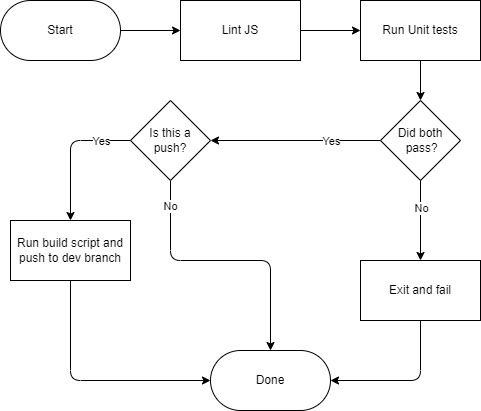
Before: admin/cipipeline/phase1.drawio.png, a diagram exported from draw.io (cse110-sp23-group26/BugCatchers). Source tidied: cells renumbered, new cells last; positions are measured from the earlier drawing's top-left corner, leaving out a move shared by most shapes. Its diagram source:
```xml
<mxGraphModel>
  <root>
    <mxCell id="0" />
    <mxCell id="1" parent="0" />
    <mxCell id="2" style="edgeStyle=none;html=1;" parent="1" edge="1" source="3" target="5">
      <mxGeometry relative="1" as="geometry" />
    </mxCell>
    <mxCell id="3" value="Start" style="rounded=1;whiteSpace=wrap;html=1;arcSize=50;" parent="1" vertex="1">
      <mxGeometry width="120" height="60" as="geometry" />
    </mxCell>
    <mxCell id="4" style="edgeStyle=none;html=1;" parent="1" edge="1" source="5" target="7">
      <mxGeometry relative="1" as="geometry" />
    </mxCell>
    <mxCell id="5" value="Lint JS" style="whiteSpace=wrap;html=1;" parent="1" vertex="1">
      <mxGeometry x="180" width="120" height="60" as="geometry" />
    </mxCell>
    <mxCell id="6" style="edgeStyle=none;html=1;" parent="1" edge="1" source="7" target="12">
      <mxGeometry relative="1" as="geometry" />
    </mxCell>
    <mxCell id="7" value="Run Unit tests" style="whiteSpace=wrap;html=1;" parent="1" vertex="1">
      <mxGeometry x="360" width="120" height="60" as="geometry" />
    </mxCell>
    <mxCell id="8" style="edgeStyle=none;html=1;entryX=0.5;entryY=0;entryDx=0;entryDy=0;" parent="1" edge="1" source="12" target="14">
      <mxGeometry relative="1" as="geometry" />
    </mxCell>
    <mxCell id="9" value="No" style="edgeLabel;html=1;align=center;verticalAlign=middle;" parent="8" vertex="1">
      <mxGeometry x="-0.32" relative="1" as="geometry" />
    </mxCell>
    <mxCell id="10" style="edgeStyle=none;html=1;exitX=0;exitY=0.5;exitDx=0;exitDy=0;entryX=1;entryY=0.5;entryDx=0;entryDy=0;" parent="1" edge="1" source="12" target="20">
      <mxGeometry relative="1" as="geometry" />
    </mxCell>
    <mxCell id="11" value="Yes" style="edgeLabel;html=1;align=center;verticalAlign=middle;" parent="10" vertex="1">
      <mxGeometry x="0.28" y="2" relative="1" as="geometry">
        <mxPoint x="59" y="-2" as="offset" />
      </mxGeometry>
    </mxCell>
    <mxCell id="12" value="Did both&lt;br&gt;&amp;nbsp;pass?" style="rhombus;whiteSpace=wrap;html=1;" parent="1" vertex="1">
      <mxGeometry x="380" y="100" width="80" height="80" as="geometry" />
    </mxCell>
    <mxCell id="13" style="edgeStyle=none;html=1;entryX=1;entryY=0.5;entryDx=0;entryDy=0;" parent="1" edge="1" source="14" target="15">
      <mxGeometry relative="1" as="geometry">
        <Array as="points">
          <mxPoint x="420" y="380" />
        </Array>
      </mxGeometry>
    </mxCell>
    <mxCell id="14" value="Exit and fail" style="rounded=0;whiteSpace=wrap;html=1;" parent="1" vertex="1">
      <mxGeometry x="360" y="260" width="120" height="60" as="geometry" />
    </mxCell>
    <mxCell id="15" value="Done" style="rounded=1;whiteSpace=wrap;html=1;arcSize=50;" parent="1" vertex="1">
      <mxGeometry x="210" y="350" width="120" height="60" as="geometry" />
    </mxCell>
    <mxCell id="16" style="edgeStyle=none;html=1;exitX=0;exitY=0.5;exitDx=0;exitDy=0;entryX=0.5;entryY=0;entryDx=0;entryDy=0;" parent="1" edge="1" source="20" target="22">
      <mxGeometry relative="1" as="geometry">
        <Array as="points">
          <mxPoint x="70" y="140" />
        </Array>
      </mxGeometry>
    </mxCell>
    <mxCell id="17" value="Yes" style="edgeLabel;html=1;align=center;verticalAlign=middle;" parent="16" vertex="1">
      <mxGeometry x="-0.4" y="2" relative="1" as="geometry">
        <mxPoint x="12" y="-2" as="offset" />
      </mxGeometry>
    </mxCell>
    <mxCell id="18" style="edgeStyle=none;html=1;entryX=0.5;entryY=0;entryDx=0;entryDy=0;" parent="1" edge="1" source="20" target="15">
      <mxGeometry relative="1" as="geometry">
        <Array as="points">
          <mxPoint x="170" y="260" />
          <mxPoint x="270" y="260" />
        </Array>
      </mxGeometry>
    </mxCell>
    <mxCell id="19" value="No" style="edgeLabel;html=1;align=center;verticalAlign=middle;" parent="18" vertex="1">
      <mxGeometry x="-0.81" y="-1" relative="1" as="geometry" />
    </mxCell>
    <mxCell id="20" value="Is this a&lt;br&gt;push?" style="rhombus;whiteSpace=wrap;html=1;" parent="1" vertex="1">
      <mxGeometry x="130" y="100" width="80" height="80" as="geometry" />
    </mxCell>
    <mxCell id="21" style="edgeStyle=none;html=1;entryX=0;entryY=0.5;entryDx=0;entryDy=0;" parent="1" edge="1" source="22" target="15">
      <mxGeometry relative="1" as="geometry">
        <Array as="points">
          <mxPoint x="70" y="380" />
        </Array>
      </mxGeometry>
    </mxCell>
    <mxCell id="22" value="Run build script and push to dev branch" style="rounded=0;whiteSpace=wrap;html=1;" parent="1" vertex="1">
      <mxGeometry x="10" y="220" width="120" height="60" as="geometry" />
    </mxCell>
  </root>
</mxGraphModel>
```
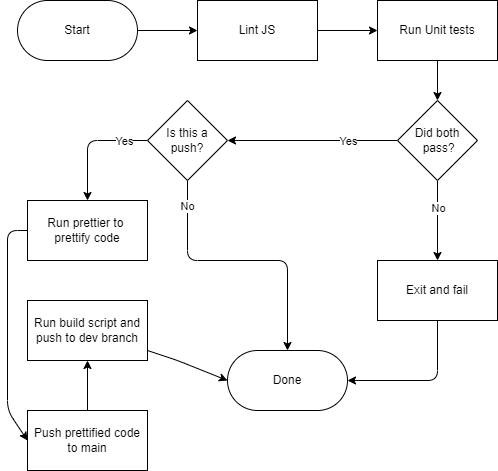
Later version of the same file.

Commit message:
update build pipeline

What changed in the source:
```diff
@@ -1,4 +1,4 @@
-<mxGraphModel>
+<mxGraphModel background="#ffffff">
   <root>
     <mxCell id="0" />
     <mxCell id="1" parent="0" />
@@ -76,15 +76,32 @@
     <mxCell id="20" value="Is this a&lt;br&gt;push?" style="rhombus;whiteSpace=wrap;html=1;" parent="1" vertex="1">
       <mxGeometry x="130" y="100" width="80" height="80" as="geometry" />
     </mxCell>
-    <mxCell id="21" style="edgeStyle=none;html=1;entryX=0;entryY=0.5;entryDx=0;entryDy=0;" parent="1" edge="1" source="22" target="15">
-      <mxGeometry relative="1" as="geometry">
-        <Array as="points">
-          <mxPoint x="70" y="380" />
-        </Array>
-      </mxGeometry>
-    </mxCell>
+    <mxCell id="23" style="edgeStyle=none;html=1;entryX=0;entryY=0.5;entryDx=0;entryDy=0;" parent="1" edge="1" source="22" target="27">
+      <mxGeometry relative="1" as="geometry">
+        <Array as="points">
+          <mxPoint x="-10" y="230" />
+          <mxPoint x="-10" y="410" />
+        </Array>
+      </mxGeometry>
+    </mxCell>
-    <mxCell id="22" value="Run build script and push to dev branch" style="rounded=0;whiteSpace=wrap;html=1;" parent="1" vertex="1">
-      <mxGeometry x="10" y="220" width="120" height="60" as="geometry" />
+    <mxCell id="22" value="Run prettier to&amp;nbsp;&lt;br&gt;prettify code" style="rounded=0;whiteSpace=wrap;html=1;" parent="1" vertex="1">
+      <mxGeometry x="10" y="200" width="120" height="60" as="geometry" />
     </mxCell>
+    <mxCell id="24" style="edgeStyle=none;html=1;entryX=0;entryY=0.5;entryDx=0;entryDy=0;" parent="1" edge="1" source="25" target="15">
+      <mxGeometry relative="1" as="geometry">
+        <Array as="points">
+          <mxPoint x="160" y="360" />
+        </Array>
+      </mxGeometry>
+    </mxCell>
+    <mxCell id="25" value="Run build script and push to dev branch" style="whiteSpace=wrap;html=1;" parent="1" vertex="1">
+      <mxGeometry x="10" y="300" width="120" height="60" as="geometry" />
+    </mxCell>
+    <mxCell id="26" style="edgeStyle=none;html=1;" parent="1" edge="1" source="27" target="25">
+      <mxGeometry relative="1" as="geometry" />
+    </mxCell>
+    <mxCell id="27" value="Push prettified code to main" style="whiteSpace=wrap;html=1;" parent="1" vertex="1">
+      <mxGeometry x="10" y="410" width="120" height="60" as="geometry" />
+    </mxCell>
   </root>
 </mxGraphModel>
```
